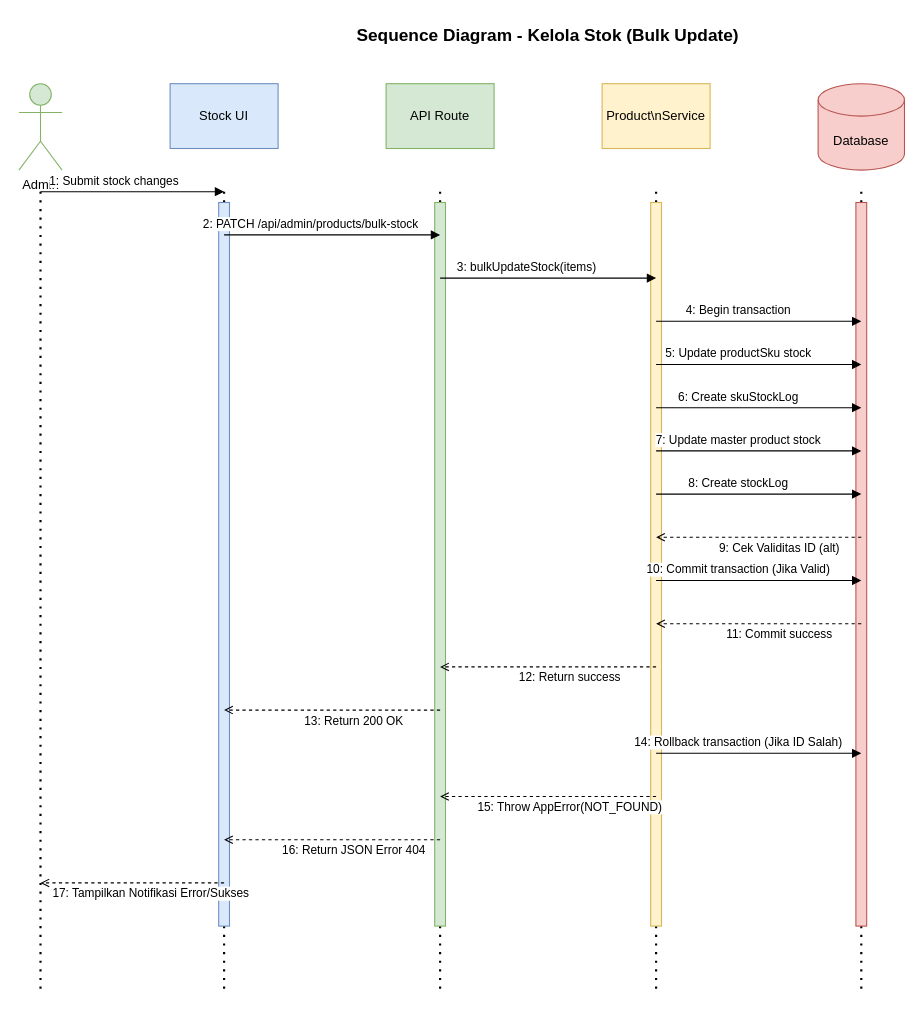
This is fordza-docs/diagrams/sequence-12-bulk-stock.drawio from Aryo1235/fordza-web, a draw.io file, before an edit. Source tidied: cells renumbered, new cells numbered last; positions are measured from the earlier drawing's top-left corner, leaving out a move shared by most shapes. Both pictures are drawn from the tidied source at 108%, with x=0, y=0 at pixel (18, 18).
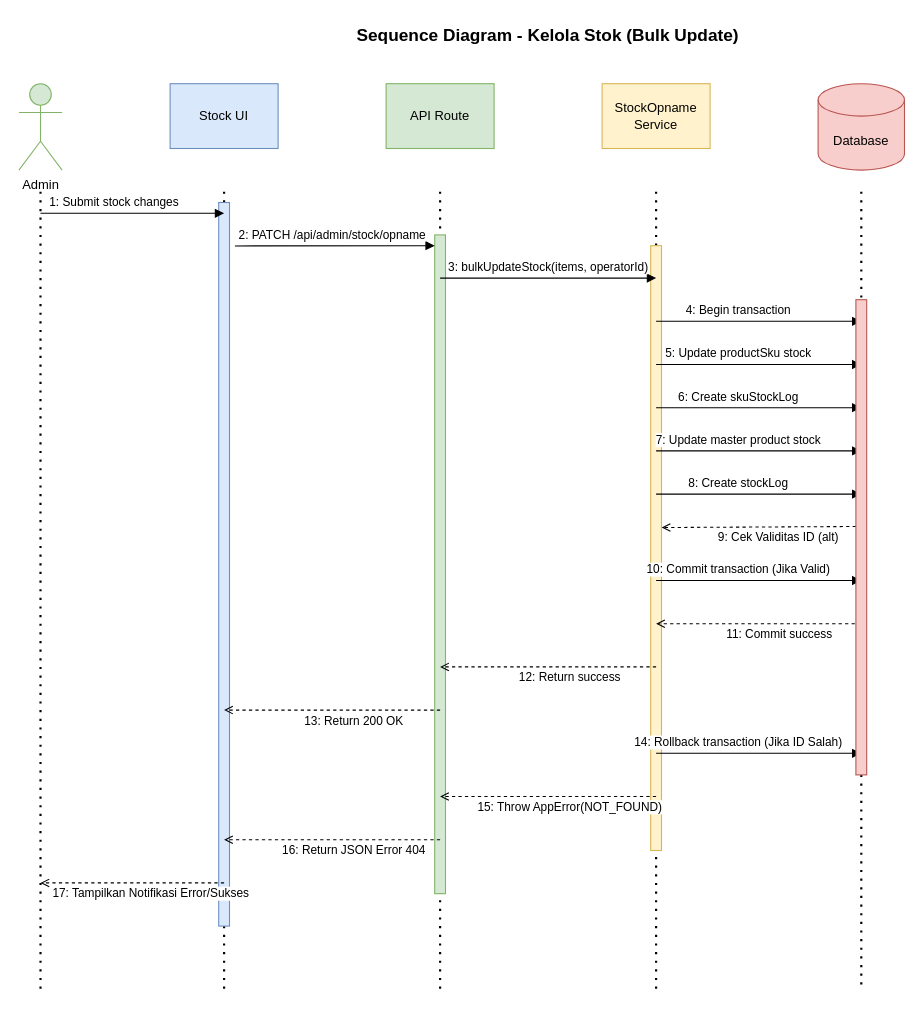
The same diagram, later.

The change refers to these unchanged cells:
```xml
<mxCell id="7" style="rounded=0;whiteSpace=wrap;html=1;fillColor=#dae8fc;strokeColor=#6c8ebf;" parent="1" vertex="1">
  <mxGeometry x="185" y="170" width="10" height="670" as="geometry" />
</mxCell>
```

The edit, as a diff of the source:
```diff
@@
     <mxCell id="10" style="rounded=0;whiteSpace=wrap;html=1;fillColor=#d5e8d4;strokeColor=#82b366;" parent="1" vertex="1">
-      <mxGeometry x="385" y="170" width="10" height="670" as="geometry" />
+      <mxGeometry x="385" y="200" width="10" height="610" as="geometry" />
     </mxCell>
-    <mxCell id="11" value="Product\nService" style="rounded=0;whiteSpace=wrap;html=1;fillColor=#fff2cc;strokeColor=#d6b656;" parent="1" vertex="1">
+    <mxCell id="11" value="StockOpname&lt;br&gt;Service" style="rounded=0;whiteSpace=wrap;html=1;fillColor=#fff2cc;strokeColor=#d6b656;" parent="1" vertex="1">
       <mxGeometry x="540" y="60" width="100" height="60" as="geometry" />
     </mxCell>
@@
     <mxCell id="13" style="rounded=0;whiteSpace=wrap;html=1;fillColor=#fff2cc;strokeColor=#d6b656;" parent="1" vertex="1">
-      <mxGeometry x="585" y="170" width="10" height="670" as="geometry" />
+      <mxGeometry x="585" y="210" width="10" height="560" as="geometry" />
     </mxCell>
@@
-    <mxCell id="15" style="endArrow=none;dashed=1;html=1;dashPattern=1 3;strokeWidth=2;" parent="1" edge="1">
+    <mxCell id="15" style="endArrow=none;dashed=1;html=1;dashPattern=1 3;strokeWidth=2;" parent="1" edge="1" source="16">
       <mxGeometry relative="1" as="geometry">
-        <mxPoint x="780" y="160" as="sourcePoint" />
         <mxPoint x="780" y="900" as="targetPoint" />
       </mxGeometry>
     </mxCell>
-    <mxCell id="16" style="rounded=0;whiteSpace=wrap;html=1;fillColor=#f8cecc;strokeColor=#b85450;" parent="1" vertex="1">
-      <mxGeometry x="775" y="170" width="10" height="670" as="geometry" />
-    </mxCell>
     <mxCell id="17" value="1: Submit stock changes" style="endArrow=block;endFill=1;html=1;" parent="1" edge="1">
       <mxGeometry x="-0.2" y="10" relative="1" as="geometry">
-        <mxPoint x="20" y="160" as="sourcePoint" />
-        <mxPoint x="190" y="160" as="targetPoint" />
+        <mxPoint x="20" y="180" as="sourcePoint" />
+        <mxPoint x="190" y="180" as="targetPoint" />
       </mxGeometry>
     </mxCell>
-    <mxCell id="18" value="2: PATCH /api/admin/products/bulk-stock" style="endArrow=block;endFill=1;html=1;" parent="1" edge="1">
-      <mxGeometry x="-0.2" y="10" relative="1" as="geometry">
-        <mxPoint x="190" y="200" as="sourcePoint" />
-        <mxPoint x="390" y="200" as="targetPoint" />
+    <mxCell id="18" value="2: PATCH /api/admin/stock/opname" style="endArrow=block;endFill=1;html=1;exitX=1.5;exitY=0.06;exitDx=0;exitDy=0;exitPerimeter=0;" parent="1" edge="1" source="7">
+      <mxGeometry x="-0.03" y="10" relative="1" as="geometry">
+        <mxPoint x="385" y="210" as="targetPoint" />
       </mxGeometry>
     </mxCell>
-    <mxCell id="19" value="3: bulkUpdateStock(items)" style="endArrow=block;endFill=1;html=1;" parent="1" edge="1">
-      <mxGeometry x="-0.2" y="10" relative="1" as="geometry">
+    <mxCell id="19" value="3: bulkUpdateStock(items, operatorId)" style="endArrow=block;endFill=1;html=1;" parent="1" edge="1">
+      <mxGeometry y="10" relative="1" as="geometry">
         <mxPoint x="390" y="240" as="sourcePoint" />
         <mxPoint x="590" y="240" as="targetPoint" />
       </mxGeometry>
     </mxCell>
@@
-    <mxCell id="25" value="9: Cek Validitas ID (alt)" style="endArrow=open;endFill=0;html=1;dashed=1;" parent="1" edge="1">
+    <mxCell id="25" value="9: Cek Validitas ID (alt)" style="endArrow=open;endFill=0;html=1;dashed=1;entryX=1.014;entryY=0.466;entryDx=0;entryDy=0;entryPerimeter=0;" parent="1" edge="1" target="13">
       <mxGeometry x="-0.2" y="10" relative="1" as="geometry">
-        <mxPoint x="780" y="480" as="sourcePoint" />
-        <mxPoint x="590" y="480" as="targetPoint" />
+        <mxPoint x="775" y="470" as="sourcePoint" />
       </mxGeometry>
     </mxCell>
@@
+    <mxCell id="34" style="endArrow=none;dashed=1;html=1;dashPattern=1 3;strokeWidth=2;" parent="1" edge="1" target="16">
+      <mxGeometry relative="1" as="geometry">
+        <mxPoint x="780" y="160" as="sourcePoint" />
+      </mxGeometry>
+    </mxCell>
+    <mxCell id="16" style="rounded=0;whiteSpace=wrap;html=1;fillColor=#f8cecc;strokeColor=#b85450;" parent="1" vertex="1">
+      <mxGeometry x="775" y="260" width="10" height="440" as="geometry" />
+    </mxCell>
```
